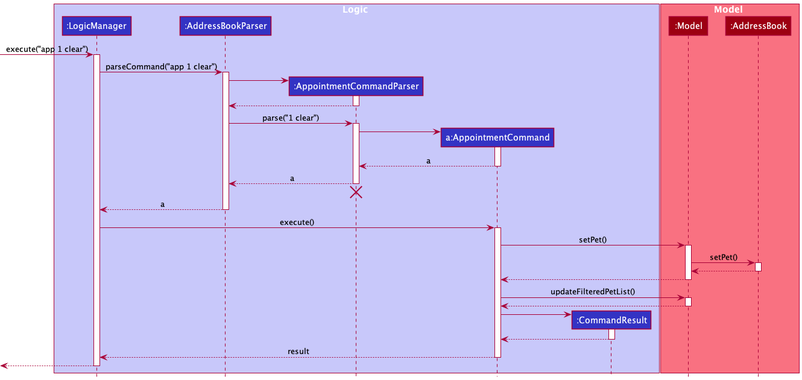
This is docs/images/AppointmentSequenceDiagram.png from nus-cs2103-AY2122S2/tp, a PlantUML export, as it was before one commit. Its source is kept beside it as docs/diagrams/AppointmentSequenceDiagram.puml. Its diagram source:
```plantuml
@startuml
!include style.puml

box Logic LOGIC_COLOR_T1
participant ":LogicManager" as LogicManager LOGIC_COLOR
participant ":AddressBookParser" as AddressBookParser LOGIC_COLOR
participant ":AppointmentCommandParser" as AppointmentCommandParser LOGIC_COLOR
participant "a:AppointmentCommand" as AppointmentCommand LOGIC_COLOR
participant ":CommandResult" as CommandResult LOGIC_COLOR
end box

box Model MODEL_COLOR_T1
participant ":Model" as Model MODEL_COLOR
participant ":AddressBook" as AddressBook MODEL_COLOR
end box

[-> LogicManager : execute("app 1 clear")
activate LogicManager

LogicManager -> AddressBookParser : parseCommand("app 1 clear")
activate AddressBookParser

create AppointmentCommandParser
AddressBookParser -> AppointmentCommandParser
activate AppointmentCommandParser

AppointmentCommandParser --> AddressBookParser
deactivate AppointmentCommandParser

AddressBookParser -> AppointmentCommandParser : parse("1 clear")
activate AppointmentCommandParser

create AppointmentCommand
AppointmentCommandParser -> AppointmentCommand
activate AppointmentCommand

AppointmentCommand --> AppointmentCommandParser : a
deactivate AppointmentCommand

AppointmentCommandParser --> AddressBookParser : a
deactivate AppointmentCommandParser
AppointmentCommandParser -[hidden]-> AddressBookParser
destroy AppointmentCommandParser

AddressBookParser --> LogicManager : a
deactivate AddressBookParser

LogicManager -> AppointmentCommand : execute()
activate AppointmentCommand

AppointmentCommand -> Model : setPet()
activate Model

Model -> AddressBook : setPet()
activate AddressBook

AddressBook --> Model :
deactivate AddressBook

Model --> AppointmentCommand
deactivate Model

AppointmentCommand -> Model : updateFilteredPetList()
activate Model

Model --> AppointmentCommand :
deactivate Model

create CommandResult
AppointmentCommand -> CommandResult
activate CommandResult

CommandResult --> AppointmentCommand
deactivate CommandResult

AppointmentCommand --> LogicManager : result
deactivate AppointmentCommand

[<--LogicManager
deactivate LogicManager
@enduml
```
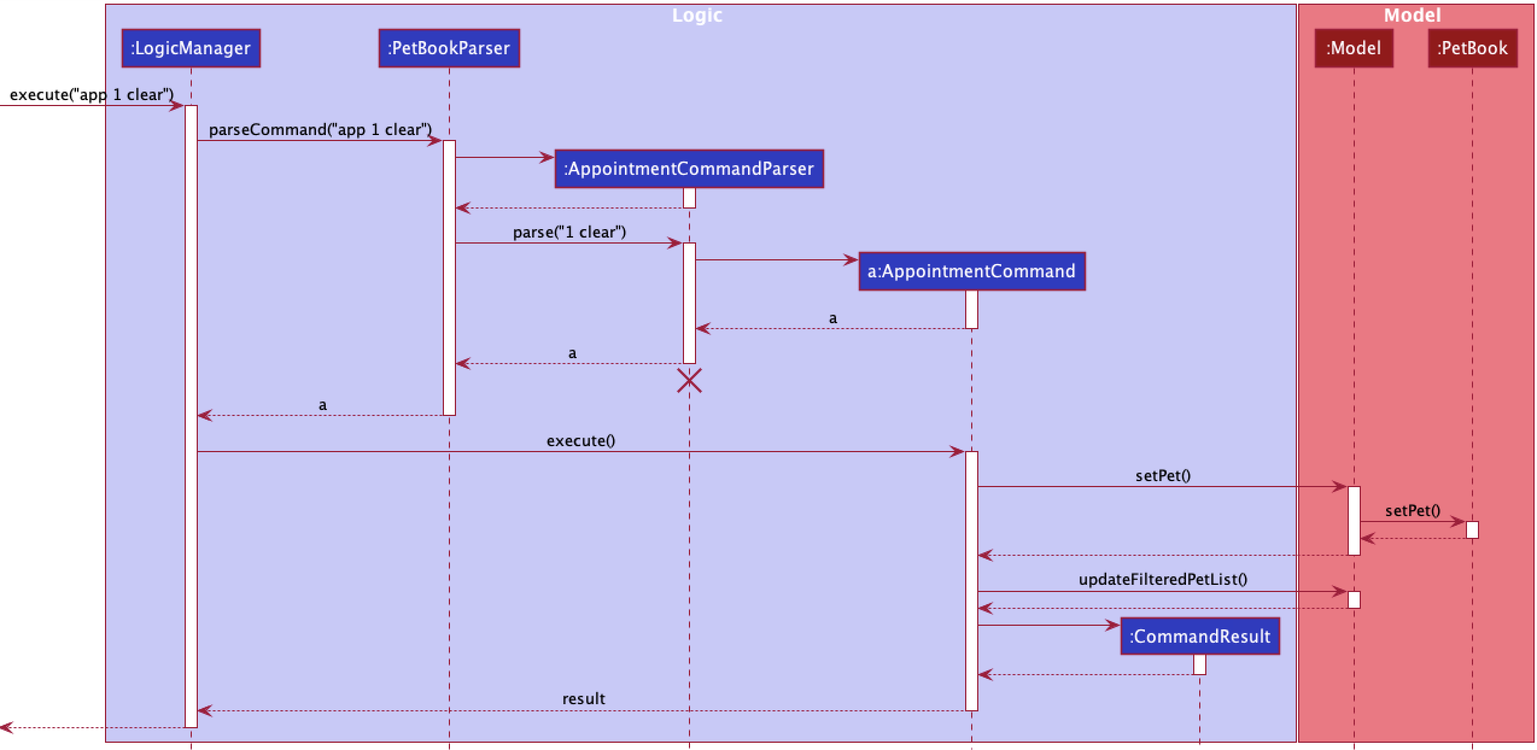
The same file after the commit.

What changed in the source:
```diff
@@ -3,7 +3,7 @@
 
 box Logic LOGIC_COLOR_T1
 participant ":LogicManager" as LogicManager LOGIC_COLOR
-participant ":AddressBookParser" as AddressBookParser LOGIC_COLOR
+participant ":PetBookParser" as PetBookParser LOGIC_COLOR
 participant ":AppointmentCommandParser" as AppointmentCommandParser LOGIC_COLOR
 participant "a:AppointmentCommand" as AppointmentCommand LOGIC_COLOR
 participant ":CommandResult" as CommandResult LOGIC_COLOR
@@ -11,23 +11,23 @@
 
 box Model MODEL_COLOR_T1
 participant ":Model" as Model MODEL_COLOR
-participant ":AddressBook" as AddressBook MODEL_COLOR
+participant ":PetBook" as PetBook MODEL_COLOR
 end box
 
 [-> LogicManager : execute("app 1 clear")
 activate LogicManager
 
-LogicManager -> AddressBookParser : parseCommand("app 1 clear")
-activate AddressBookParser
+LogicManager -> PetBookParser : parseCommand("app 1 clear")
+activate PetBookParser
 
 create AppointmentCommandParser
-AddressBookParser -> AppointmentCommandParser
+PetBookParser -> AppointmentCommandParser
 activate AppointmentCommandParser
 
-AppointmentCommandParser --> AddressBookParser
+AppointmentCommandParser --> PetBookParser
 deactivate AppointmentCommandParser
 
-AddressBookParser -> AppointmentCommandParser : parse("1 clear")
+PetBookParser -> AppointmentCommandParser : parse("1 clear")
 activate AppointmentCommandParser
 
 create AppointmentCommand
@@ -37,13 +37,13 @@
 AppointmentCommand --> AppointmentCommandParser : a
 deactivate AppointmentCommand
 
-AppointmentCommandParser --> AddressBookParser : a
+AppointmentCommandParser --> PetBookParser : a
 deactivate AppointmentCommandParser
-AppointmentCommandParser -[hidden]-> AddressBookParser
+AppointmentCommandParser -[hidden]-> PetBookParser
 destroy AppointmentCommandParser
 
-AddressBookParser --> LogicManager : a
-deactivate AddressBookParser
+PetBookParser --> LogicManager : a
+deactivate PetBookParser
 
 LogicManager -> AppointmentCommand : execute()
 activate AppointmentCommand
@@ -51,11 +51,11 @@
 AppointmentCommand -> Model : setPet()
 activate Model
 
-Model -> AddressBook : setPet()
-activate AddressBook
+Model -> PetBook : setPet()
+activate PetBook
 
-AddressBook --> Model :
-deactivate AddressBook
+PetBook --> Model :
+deactivate PetBook
 
 Model --> AppointmentCommand
 deactivate Model
```
